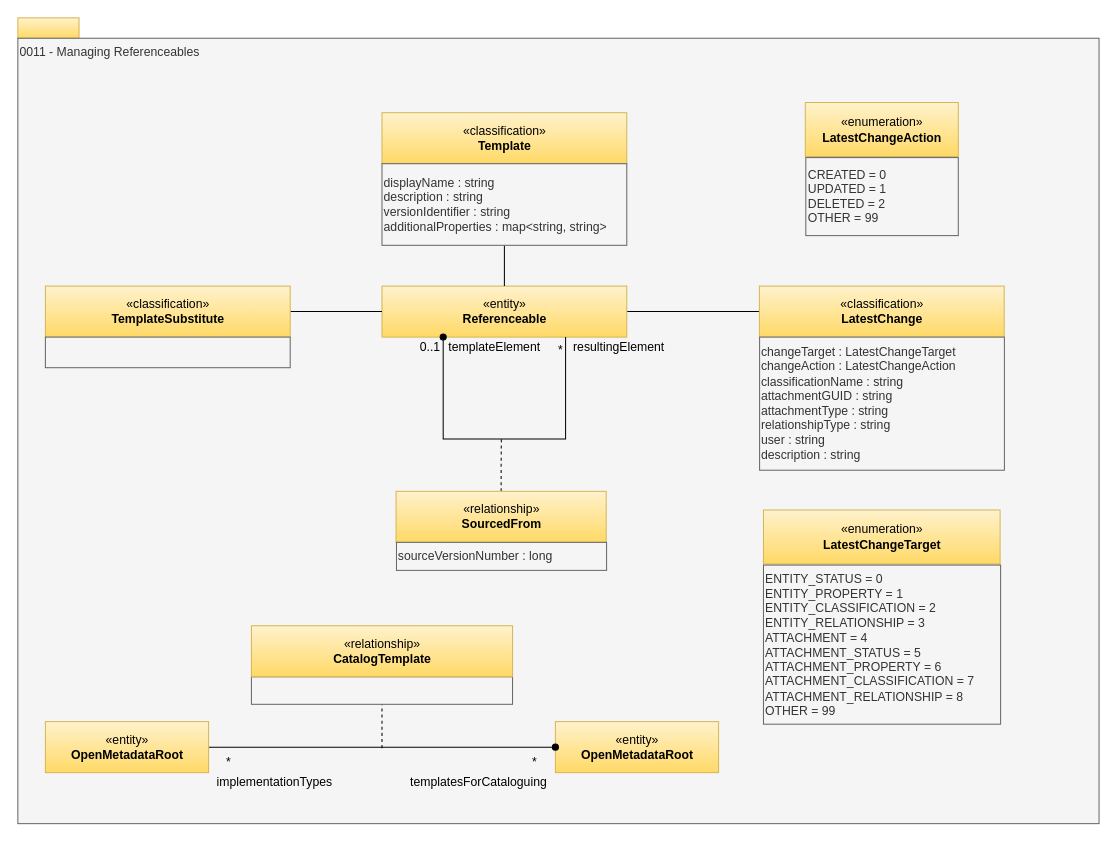
Earlier version of the draw.io diagram page "0011-Managing-Referenceables" (5 of 32) of site/docs/types/0/area-0-basic-types-and-infrastructure.drawio (odpi/egeria-docs). Source tidied: cells renumbered, new cells numbered last; positions are measured from the earlier drawing's top-left corner, leaving out a move shared by most shapes. Both pictures are drawn from the tidied source at 102%, with x=0, y=0 at pixel (17, 17).
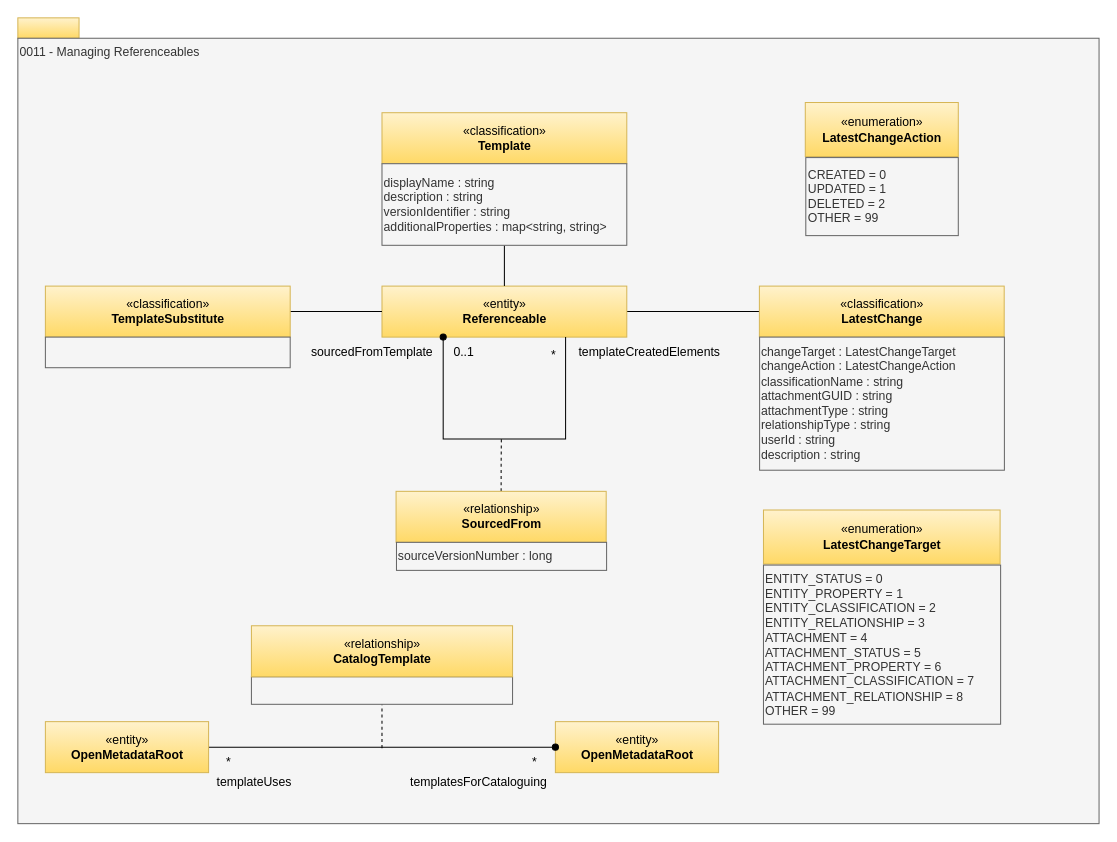
The same page after the edit.

What changed in the source:
```diff
@@
-    <mxCell id="6" value="changeTarget : LatestChangeTarget&lt;br&gt;changeAction : LatestChangeAction&lt;br&gt;classificationName : string&lt;br&gt;attachmentGUID : string&lt;br&gt;attachmentType : string&lt;br&gt;relationshipType : string&lt;br&gt;user : string&lt;br&gt;description : string&lt;br&gt;&lt;div style=&quot;text-align: left&quot;&gt;&lt;/div&gt;" style="rounded=0;whiteSpace=wrap;html=1;strokeColor=#666666;align=left;fillColor=#f5f5f5;fontColor=#333333;" parent="1" vertex="1">
+    <mxCell id="6" value="changeTarget : LatestChangeTarget&lt;br&gt;changeAction : LatestChangeAction&lt;br&gt;classificationName : string&lt;br&gt;attachmentGUID : string&lt;br&gt;attachmentType : string&lt;br&gt;relationshipType : string&lt;br&gt;userId : string&lt;br&gt;description : string&lt;br&gt;&lt;div style=&quot;text-align: left&quot;&gt;&lt;/div&gt;" style="rounded=0;whiteSpace=wrap;html=1;strokeColor=#666666;align=left;fillColor=#f5f5f5;fontColor=#333333;" parent="1" vertex="1">
       <mxGeometry x="727.2" y="313" width="240" height="130.5" as="geometry" />
     </mxCell>
@@
-    <mxCell id="14" value="templateElement" style="text;html=1;align=center;verticalAlign=top;spacingTop=-4;" parent="1" vertex="1">
-      <mxGeometry x="412" y="313" width="110" height="20" as="geometry" />
+    <mxCell id="14" value="sourcedFromTemplate" style="text;html=1;align=center;verticalAlign=top;spacingTop=-4;" parent="1" vertex="1">
+      <mxGeometry x="277" y="318" width="140" height="20" as="geometry" />
     </mxCell>
     <mxCell id="15" value="0..1" style="text;html=1;align=center;verticalAlign=top;spacingTop=-4;" parent="1" vertex="1">
-      <mxGeometry x="384" y="313" width="40" height="20" as="geometry" />
+      <mxGeometry x="417" y="318" width="40" height="20" as="geometry" />
     </mxCell>
     <mxCell id="16" value="*" style="text;html=1;align=center;verticalAlign=top;spacingTop=-4;" parent="1" vertex="1">
-      <mxGeometry x="524" y="316" width="15" height="14" as="geometry" />
+      <mxGeometry x="517" y="321" width="15" height="14" as="geometry" />
     </mxCell>
-    <mxCell id="17" value="resultingElement" style="text;html=1;align=center;verticalAlign=top;spacingTop=-4;" parent="1" vertex="1">
-      <mxGeometry x="539" y="313" width="100" height="20" as="geometry" />
+    <mxCell id="17" value="templateCreatedElements" style="text;html=1;align=center;verticalAlign=top;spacingTop=-4;" parent="1" vertex="1">
+      <mxGeometry x="539" y="318" width="160" height="20" as="geometry" />
     </mxCell>
@@
-    <mxCell id="29" value="implementationTypes" style="text;html=1;strokeColor=none;fillColor=none;align=center;verticalAlign=middle;whiteSpace=wrap;rounded=0;" parent="1" vertex="1">
-      <mxGeometry x="187" y="740" width="129.5" height="20" as="geometry" />
+    <mxCell id="29" value="templateUses" style="text;html=1;strokeColor=none;fillColor=none;align=center;verticalAlign=middle;whiteSpace=wrap;rounded=0;" parent="1" vertex="1">
+      <mxGeometry x="167" y="740" width="129.5" height="20" as="geometry" />
     </mxCell>
```
